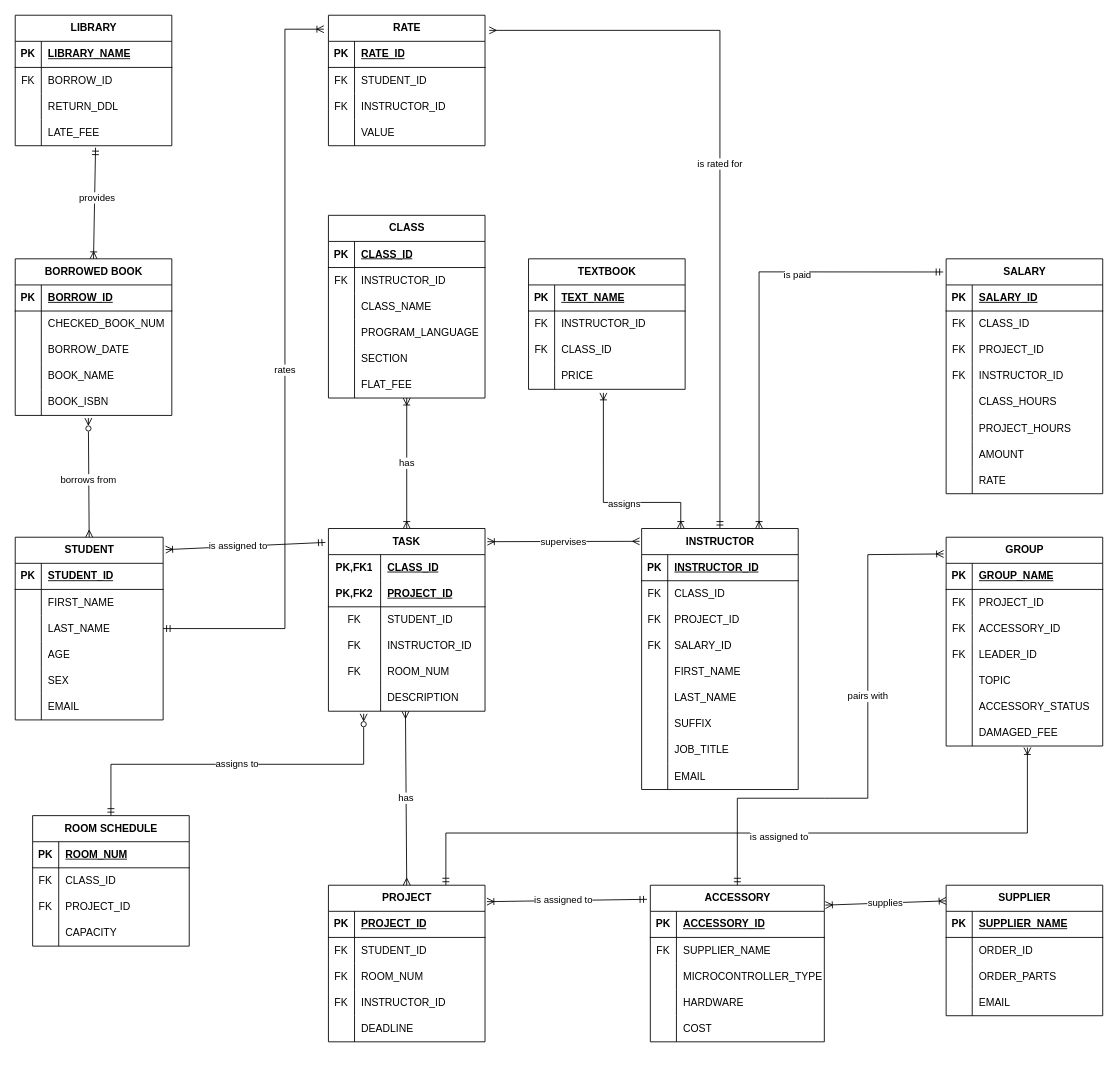
Above: ER1.drawio in XeuphoriaXL/novelai_colab_chs (draw.io), before the change. Source tidied: cells renumbered, new cells numbered last; positions are measured from the earlier drawing's top-left corner, leaving out a move shared by most shapes. Both pictures are drawn from the tidied source at 87%, with x=0, y=0 at pixel (15, 15).
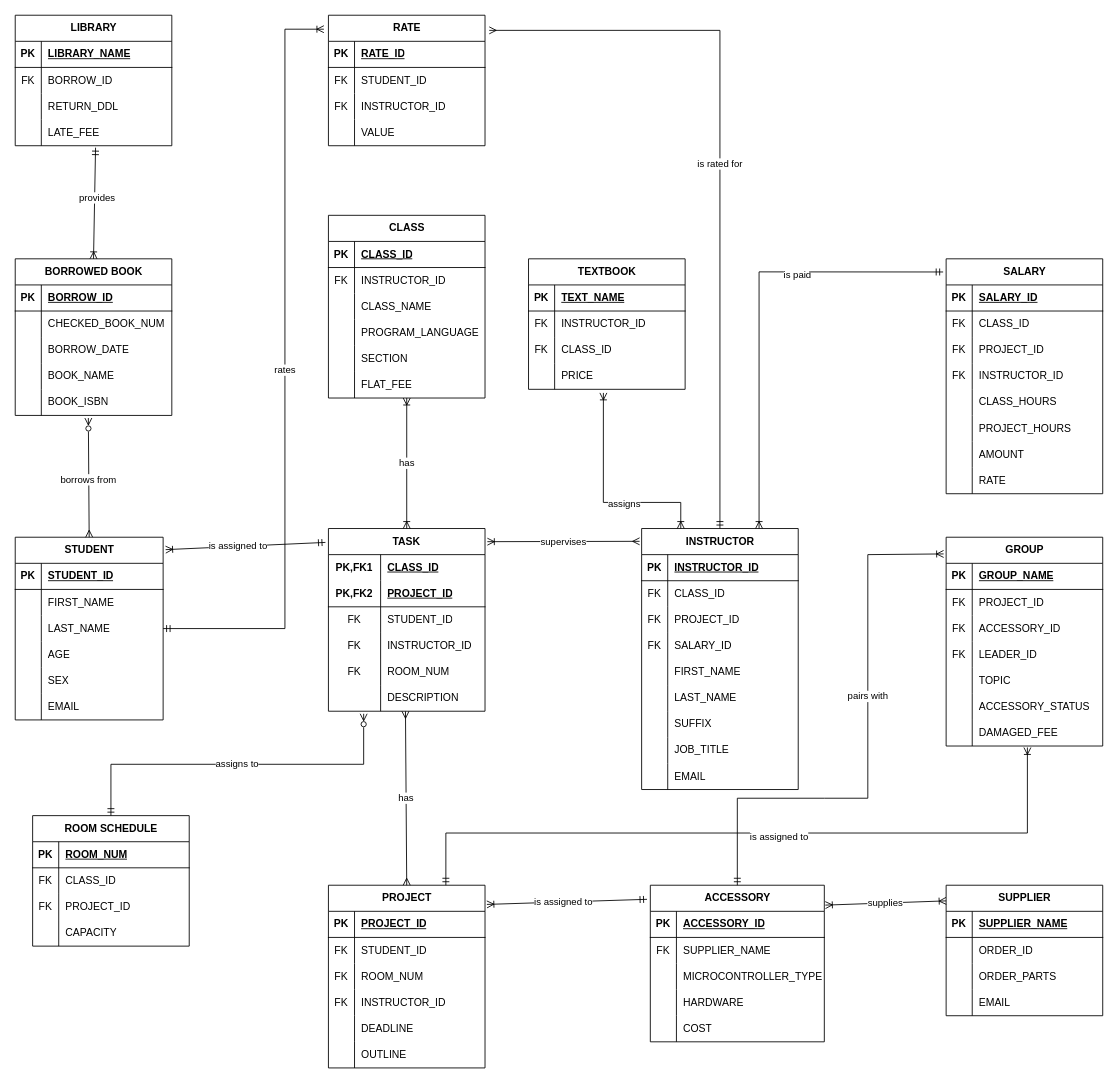
After the change.

What changed in the source:
```diff
@@
     <mxCell id="61" value="PROJECT" style="shape=table;startSize=30;childLayout=tableLayout;rowLines=0;fontStyle=1;align=center;html=1;" parent="1" vertex="1">
-      <mxGeometry x="360" y="1000" width="180" height="180" as="geometry" />
+      <mxGeometry x="360" y="1000" width="180" height="210" as="geometry" />
     </mxCell>
@@
+    <mxCell id="270" style="shape=tableRow;horizontal=0;startSize=0;swimlaneHead=0;swimlaneBody=0;fillColor=none;top=0;left=0;right=0;bottom=0;" parent="61" vertex="1">
+      <mxGeometry y="180" width="180" height="30" as="geometry" />
+    </mxCell>
+    <mxCell id="271" style="shape=partialRectangle;fillColor=none;top=0;left=0;bottom=0;right=0;overflow=hidden;whiteSpace=wrap;html=1;" parent="270" vertex="1">
+      <mxGeometry width="30" height="30" as="geometry" />
+    </mxCell>
+    <mxCell id="272" value="OUTLINE" style="shape=partialRectangle;fillColor=none;top=0;left=0;bottom=0;right=0;align=left;spacingLeft=6;overflow=hidden;whiteSpace=wrap;html=1;" parent="270" vertex="1">
+      <mxGeometry x="30" width="150" height="30" as="geometry" />
+    </mxCell>
```
